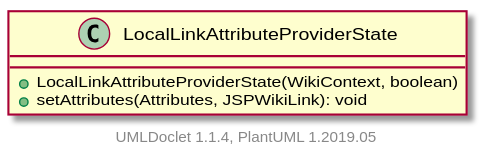
Before: apidocs/2.11.0.M7-SNAPSHOT/org/apache/wiki/markdown/extensions/jspwikilinks/attributeprovider/LocalLinkAttributeProviderState.svg, a diagram exported from PlantUML (apache/jspwiki-site). Its diagram source:
```plantuml
@startuml

    class LocalLinkAttributeProviderState [[LocalLinkAttributeProviderState.html]] {
        +LocalLinkAttributeProviderState(WikiContext, boolean)
        +setAttributes(Attributes, JSPWikiLink): void
    }


    center footer UMLDoclet 1.1.4, PlantUML 1.2019.05
@enduml
```
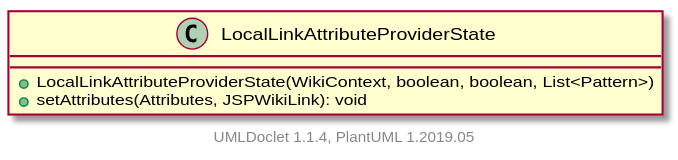
The same diagram one commit later.

Diff of the diagram source:
```diff
@@ -1,7 +1,7 @@
 @startuml
 
     class LocalLinkAttributeProviderState [[LocalLinkAttributeProviderState.html]] {
-        +LocalLinkAttributeProviderState(WikiContext, boolean)
+        +LocalLinkAttributeProviderState(WikiContext, boolean, boolean, List<Pattern>)
         +setAttributes(Attributes, JSPWikiLink): void
     }
 
```
